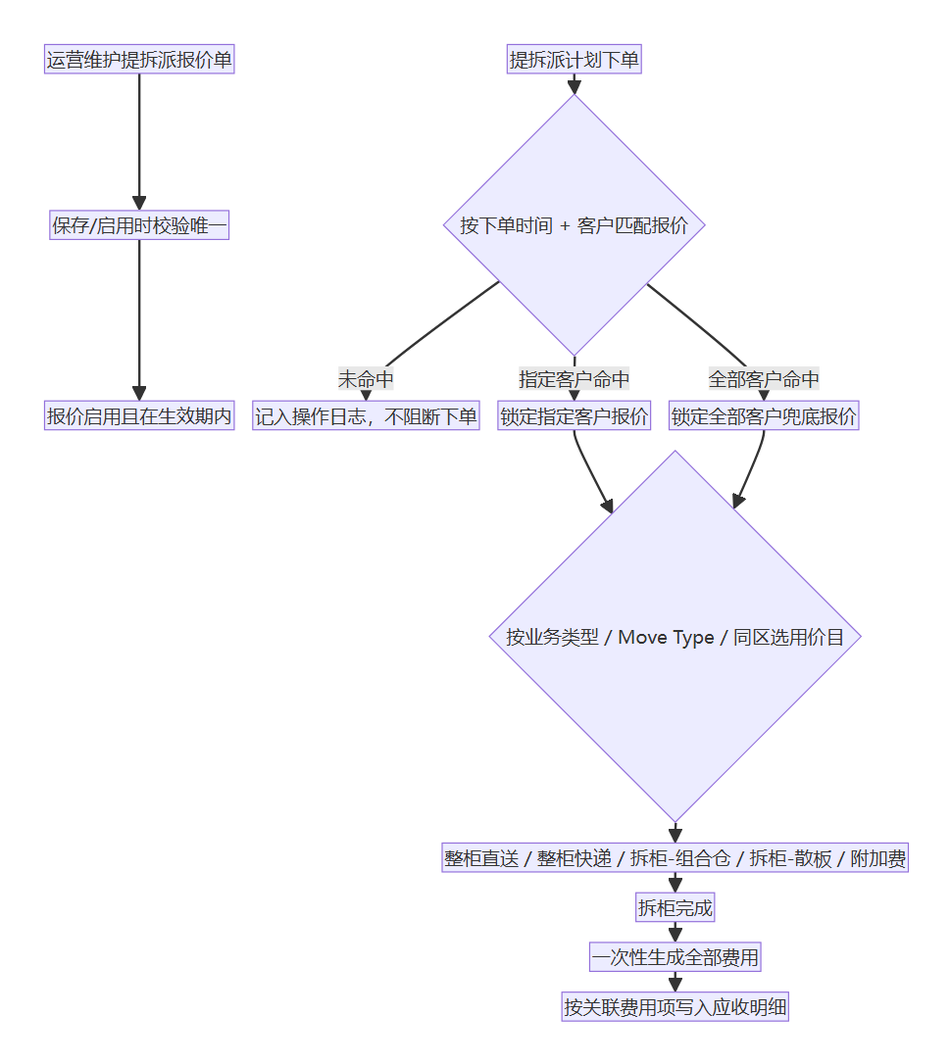
Before: admin/docs/images/提拆派报价/05-核心业务流程.png, a diagram exported from Mermaid (Junia-Pan/MEEKOO). Its source is kept beside it as admin/docs/diagrams/提拆派报价/05-核心业务流程.mmd.
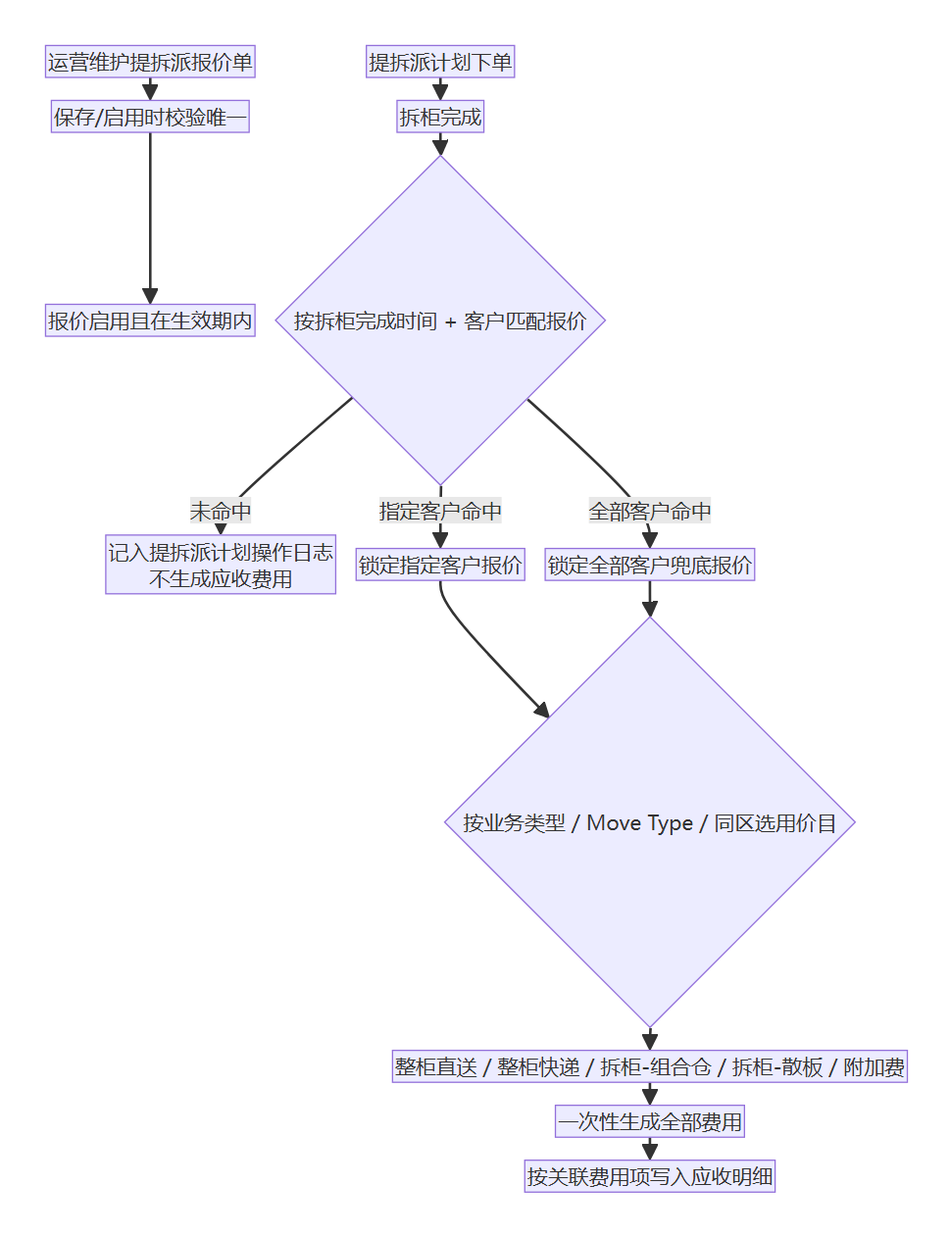
Later version of the same file.

Diff of the diagram source:
```diff
@@ -2,13 +2,13 @@
 flowchart TD
     A[运营维护提拆派报价单] --> A1[保存/启用时校验唯一]
     A1 --> B[报价启用且在生效期内]
-    C[提拆派计划下单] --> D{按下单时间 + 客户匹配报价}
-    D -->|未命中| L[记入提拆派计划操作日志<br/>不阻断下单]
+    C[提拆派计划下单] --> I[拆柜完成]
+    I --> D{按拆柜完成时间 + 客户匹配报价}
+    D -->|未命中| L[记入提拆派计划操作日志<br/>不生成应收费用]
     D -->|指定客户命中| E[锁定指定客户报价]
     D -->|全部客户命中| F[锁定全部客户兜底报价]
     E --> G{按业务类型 / Move Type / 同区选用价目}
     F --> G
     G --> H[整柜直送 / 整柜快递 / 拆柜-组合仓 / 拆柜-散板 / 附加费]
-    H --> I[拆柜完成]
-    I --> J[一次性生成全部费用]
+    H --> J[一次性生成全部费用]
     J --> K[按关联费用项写入应收明细]
```
